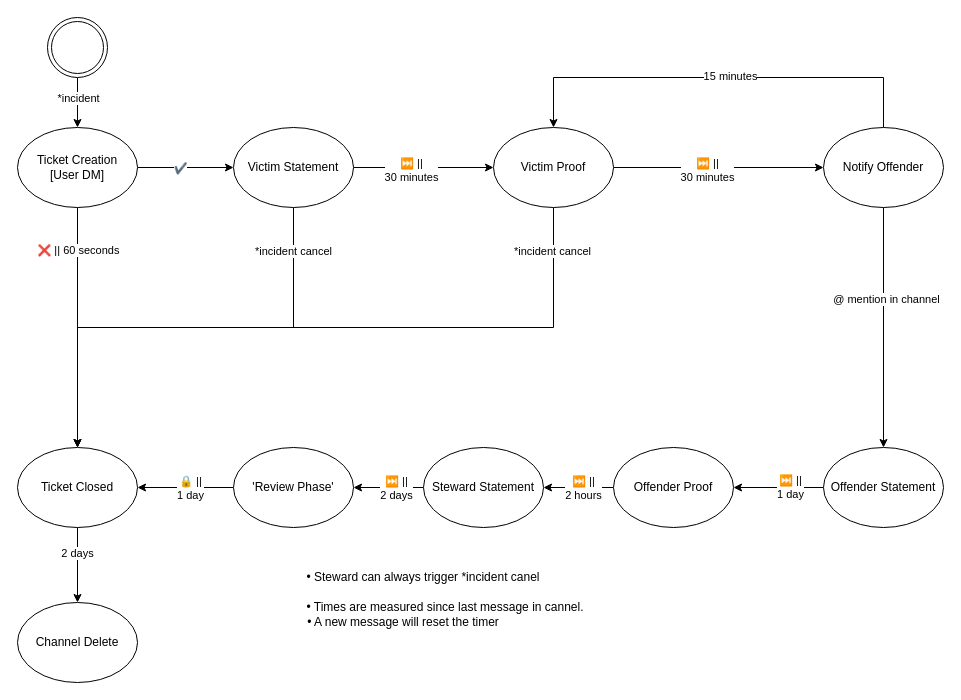
This is StateMachine.drawio from Mayerch1/IncidentBot, a draw.io file, before an edit. Source tidied: cells renumbered, new cells numbered last; positions are measured from the earlier drawing's top-left corner, leaving out a move shared by most shapes. Both pictures are drawn from the tidied source at 100%, with x=0, y=0 at pixel (17, 17).
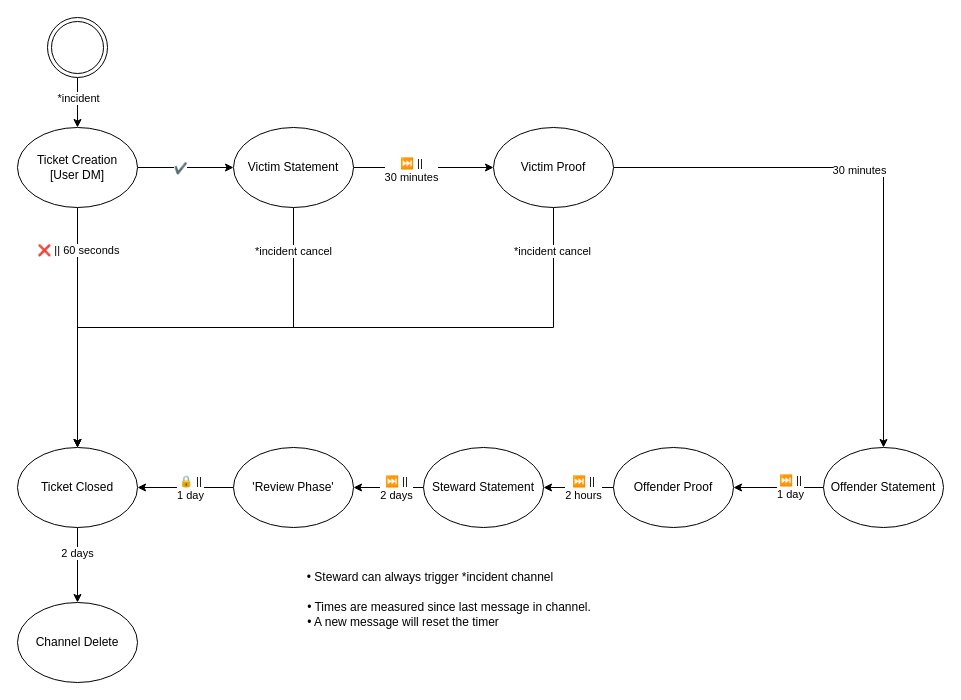
Above is the later version.

Unchanged cells that the change refers to:
```xml
<mxCell id="16" value="Victim Proof" style="ellipse;whiteSpace=wrap;html=1;" parent="1" vertex="1">
  <mxGeometry x="476" y="110" width="120" height="80" as="geometry" />
</mxCell>
<mxCell id="24" value="Offender Statement" style="ellipse;whiteSpace=wrap;html=1;" parent="1" vertex="1">
  <mxGeometry x="806" y="430" width="120" height="80" as="geometry" />
</mxCell>
```

Change to the diagram source:
```diff
@@
-    <mxCell id="12" style="edgeStyle=orthogonalEdgeStyle;rounded=0;jettySize=auto;html=1;" parent="1" edge="1" source="16" target="21">
+    <mxCell id="12" style="edgeStyle=orthogonalEdgeStyle;rounded=0;jettySize=auto;html=1;entryX=0.5;entryY=0;entryDx=0;entryDy=0;" parent="1" edge="1" source="16" target="24">
       <mxGeometry relative="1" as="geometry" />
     </mxCell>
-    <mxCell id="13" value="⏭️ ||&lt;br&gt;30 minutes" style="edgeLabel;html=1;align=center;verticalAlign=middle;" parent="12" vertex="1">
+    <mxCell id="13" value="30 minutes" style="edgeLabel;html=1;align=center;verticalAlign=middle;" parent="12" vertex="1">
       <mxGeometry x="-0.11" y="-2" relative="1" as="geometry" />
     </mxCell>
@@
-    <mxCell id="17" style="edgeStyle=orthogonalEdgeStyle;rounded=0;jettySize=auto;html=1;entryX=0.5;entryY=0;entryDx=0;entryDy=0;" parent="1" edge="1" source="21" target="24">
-      <mxGeometry relative="1" as="geometry" />
-    </mxCell>
-    <mxCell id="18" value="@ mention in channel" style="edgeLabel;html=1;align=center;verticalAlign=middle;" parent="17" vertex="1">
-      <mxGeometry x="-0.24" y="2" relative="1" as="geometry" />
-    </mxCell>
-    <mxCell id="19" style="edgeStyle=orthogonalEdgeStyle;rounded=0;jettySize=auto;html=1;entryX=0.5;entryY=0;entryDx=0;entryDy=0;" parent="1" edge="1" source="21" target="16">
-      <mxGeometry relative="1" as="geometry">
-        <Array as="points">
-          <mxPoint x="866" y="60" />
-          <mxPoint x="536" y="60" />
-        </Array>
-      </mxGeometry>
-    </mxCell>
-    <mxCell id="20" value="15 minutes" style="edgeLabel;html=1;align=center;verticalAlign=middle;" parent="19" vertex="1">
-      <mxGeometry x="-0.05" y="-2" relative="1" as="geometry" />
-    </mxCell>
-    <mxCell id="21" value="Notify Offender" style="ellipse;whiteSpace=wrap;html=1;" parent="1" vertex="1">
-      <mxGeometry x="806" y="110" width="120" height="80" as="geometry" />
-    </mxCell>
@@
-    <mxCell id="41" value="• Steward can always trigger *incident canel" style="text;html=1;strokeColor=none;fillColor=none;align=center;verticalAlign=middle;whiteSpace=wrap;rounded=0;" parent="1" vertex="1">
-      <mxGeometry x="286" y="550" width="240" height="20" as="geometry" />
+    <mxCell id="41" value="• Steward can always trigger *incident channel" style="text;html=1;strokeColor=none;fillColor=none;align=center;verticalAlign=middle;whiteSpace=wrap;rounded=0;" parent="1" vertex="1">
+      <mxGeometry x="273" y="550" width="280" height="20" as="geometry" />
     </mxCell>
-    <mxCell id="42" value="• Times are measured since last message in cannel.&lt;br&gt;" style="text;html=1;strokeColor=none;fillColor=none;align=center;verticalAlign=middle;whiteSpace=wrap;rounded=0;" parent="1" vertex="1">
-      <mxGeometry x="288" y="577" width="280" height="25" as="geometry" />
+    <mxCell id="42" value="• Times are measured since last message in channel." style="text;html=1;strokeColor=none;fillColor=none;align=center;verticalAlign=middle;whiteSpace=wrap;rounded=0;" parent="1" vertex="1">
+      <mxGeometry x="288" y="577" width="288" height="25" as="geometry" />
     </mxCell>
```
